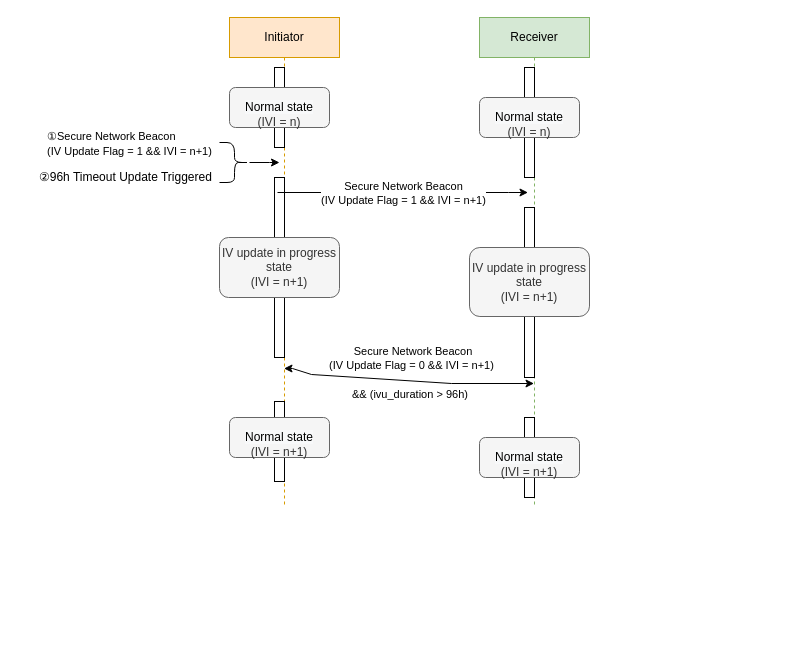
Above: page "第 3 页" (3 of 3) of Untitled Diagram.drawio in git4Chub/drawio_doc (draw.io), before the change. Source tidied: cells renumbered, new cells numbered last; positions are measured from the earlier drawing's top-left corner, leaving out a move shared by most shapes. Both pictures are drawn from the tidied source at 100%, with x=0, y=0 at pixel (30, 17).
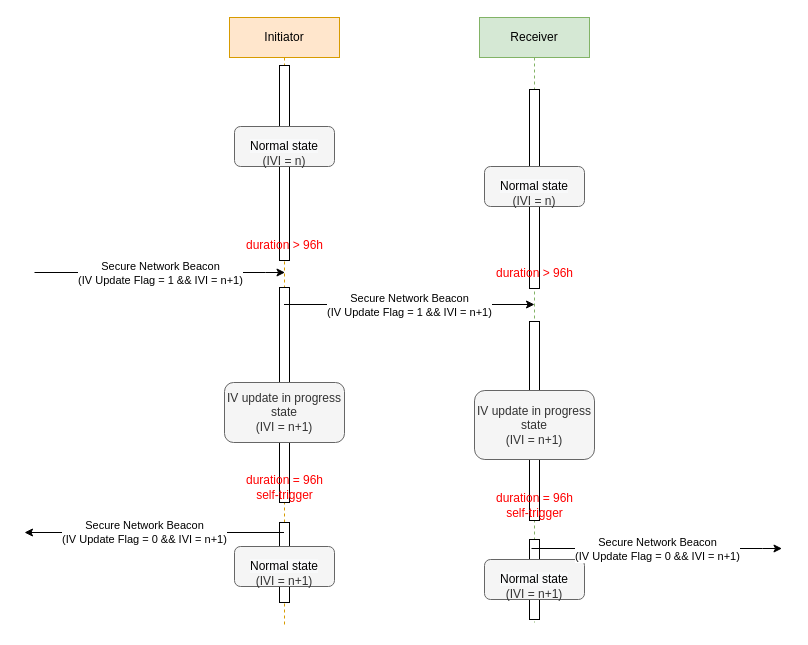
The same diagram, later.

The edit, as a diff of the source:
```diff
@@
     <mxCell id="2" value="Initiator" style="shape=umlLifeline;perimeter=lifelinePerimeter;whiteSpace=wrap;html=1;outlineConnect=0;fillColor=#ffe6cc;strokeColor=#d79b00;" parent="1" vertex="1">
-      <mxGeometry x="199" width="110" height="490" as="geometry" />
+      <mxGeometry x="199" width="110" height="610" as="geometry" />
     </mxCell>
     <mxCell id="3" style="html=1;perimeter=orthogonalPerimeter;" parent="2" vertex="1">
-      <mxGeometry x="45" y="50" width="10" height="80" as="geometry" />
+      <mxGeometry x="50" y="48" width="10" height="195" as="geometry" />
     </mxCell>
     <mxCell id="4" style="html=1;perimeter=orthogonalPerimeter;" parent="2" vertex="1">
-      <mxGeometry x="45" y="160" width="10" height="180" as="geometry" />
+      <mxGeometry x="50" y="270" width="10" height="215" as="geometry" />
     </mxCell>
     <mxCell id="5" style="html=1;perimeter=orthogonalPerimeter;" parent="2" vertex="1">
-      <mxGeometry x="45" y="384" width="10" height="80" as="geometry" />
+      <mxGeometry x="50" y="505" width="10" height="80" as="geometry" />
     </mxCell>
     <mxCell id="6" value="&lt;br&gt;&lt;span style=&quot;color: rgb(0, 0, 0); font-family: Helvetica; font-size: 12px; font-style: normal; font-variant-ligatures: normal; font-variant-caps: normal; font-weight: 400; letter-spacing: normal; orphans: 2; text-align: center; text-indent: 0px; text-transform: none; widows: 2; word-spacing: 0px; -webkit-text-stroke-width: 0px; background-color: rgb(248, 249, 250); text-decoration-thickness: initial; text-decoration-style: initial; text-decoration-color: initial; float: none; display: inline !important;&quot;&gt;Normal state&lt;br&gt;&lt;/span&gt;(IVI = n)&lt;br&gt;" style="rounded=1;whiteSpace=wrap;html=1;fillColor=#f5f5f5;fontColor=#333333;strokeColor=#666666;" parent="2" vertex="1">
-      <mxGeometry y="70" width="100" height="40" as="geometry" />
+      <mxGeometry x="5" y="109" width="100" height="40" as="geometry" />
     </mxCell>
     <mxCell id="7" value="&lt;span style=&quot;&quot;&gt;IV update in progress state&lt;br&gt;(&lt;/span&gt;IVI = n+1)&lt;span style=&quot;&quot;&gt;&lt;br&gt;&lt;/span&gt;" style="rounded=1;whiteSpace=wrap;html=1;fillColor=#f5f5f5;fontColor=#333333;strokeColor=#666666;" parent="2" vertex="1">
-      <mxGeometry x="-10" y="220" width="120" height="60" as="geometry" />
+      <mxGeometry x="-5" y="365" width="120" height="60" as="geometry" />
     </mxCell>
     <mxCell id="8" value="&lt;br&gt;&lt;span style=&quot;color: rgb(0, 0, 0); font-family: Helvetica; font-size: 12px; font-style: normal; font-variant-ligatures: normal; font-variant-caps: normal; font-weight: 400; letter-spacing: normal; orphans: 2; text-align: center; text-indent: 0px; text-transform: none; widows: 2; word-spacing: 0px; -webkit-text-stroke-width: 0px; background-color: rgb(248, 249, 250); text-decoration-thickness: initial; text-decoration-style: initial; text-decoration-color: initial; float: none; display: inline !important;&quot;&gt;Normal state&lt;/span&gt;&lt;br&gt;(IVI = n+1)" style="rounded=1;whiteSpace=wrap;html=1;fillColor=#f5f5f5;fontColor=#333333;strokeColor=#666666;" parent="2" vertex="1">
-      <mxGeometry y="400" width="100" height="40" as="geometry" />
+      <mxGeometry x="5" y="529" width="100" height="40" as="geometry" />
     </mxCell>
+    <mxCell id="24" style="endArrow=classic;html=1;rounded=0;" parent="2" edge="1">
+      <mxGeometry relative="1" as="geometry">
+        <mxPoint x="-195" y="255" as="sourcePoint" />
+        <mxPoint x="55.5" y="255" as="targetPoint" />
+        <Array as="points">
+          <mxPoint x="-44.5" y="255" />
+          <mxPoint x="36" y="255" />
+        </Array>
+      </mxGeometry>
+    </mxCell>
+    <mxCell id="25" value="Secure Network Beacon&lt;br&gt;(IV Update Flag = 1 &amp;amp;&amp;amp; IVI = n+1)" style="edgeLabel;html=1;align=center;verticalAlign=middle;" parent="24" vertex="1">
+      <mxGeometry relative="1" as="geometry" />
+    </mxCell>
+    <mxCell id="26" value="&lt;font color=&quot;#ff0000&quot;&gt;duration &amp;gt; 96h&lt;/font&gt;" style="text;html=1;strokeColor=none;fillColor=none;align=center;verticalAlign=middle;whiteSpace=wrap;rounded=0;" parent="2" vertex="1">
+      <mxGeometry x="13.5" y="213" width="83" height="30" as="geometry" />
+    </mxCell>
+    <mxCell id="27" value="&lt;font color=&quot;#ff0000&quot;&gt;duration = 96h&lt;br&gt;self-trigger&lt;br&gt;&lt;/font&gt;" style="text;html=1;strokeColor=none;fillColor=none;align=center;verticalAlign=middle;whiteSpace=wrap;rounded=0;" parent="2" vertex="1">
+      <mxGeometry x="13.5" y="455" width="83" height="30" as="geometry" />
+    </mxCell>
     <mxCell id="9" value="Receiver" style="shape=umlLifeline;perimeter=lifelinePerimeter;whiteSpace=wrap;html=1;outlineConnect=0;fillColor=#d5e8d4;strokeColor=#82b366;" parent="1" vertex="1">
-      <mxGeometry x="449" width="110" height="490" as="geometry" />
+      <mxGeometry x="449" width="110" height="605" as="geometry" />
     </mxCell>
     <mxCell id="10" style="html=1;perimeter=orthogonalPerimeter;" parent="9" vertex="1">
-      <mxGeometry x="45" y="50" width="10" height="110" as="geometry" />
+      <mxGeometry x="50" y="72" width="10" height="199" as="geometry" />
     </mxCell>
     <mxCell id="11" style="html=1;perimeter=orthogonalPerimeter;" parent="9" vertex="1">
-      <mxGeometry x="45" y="190" width="10" height="170" as="geometry" />
+      <mxGeometry x="50" y="304" width="10" height="199" as="geometry" />
     </mxCell>
     <mxCell id="12" style="html=1;perimeter=orthogonalPerimeter;" parent="9" vertex="1">
-      <mxGeometry x="45" y="400" width="10" height="80" as="geometry" />
+      <mxGeometry x="50" y="522" width="10" height="80" as="geometry" />
     </mxCell>
     <mxCell id="13" value="&lt;br&gt;&lt;span style=&quot;color: rgb(0, 0, 0); font-family: Helvetica; font-size: 12px; font-style: normal; font-variant-ligatures: normal; font-variant-caps: normal; font-weight: 400; letter-spacing: normal; orphans: 2; text-align: center; text-indent: 0px; text-transform: none; widows: 2; word-spacing: 0px; -webkit-text-stroke-width: 0px; background-color: rgb(248, 249, 250); text-decoration-thickness: initial; text-decoration-style: initial; text-decoration-color: initial; float: none; display: inline !important;&quot;&gt;Normal state&lt;br&gt;&lt;/span&gt;(IVI = n)&lt;br&gt;" style="rounded=1;whiteSpace=wrap;html=1;fillColor=#f5f5f5;fontColor=#333333;strokeColor=#666666;" parent="9" vertex="1">
-      <mxGeometry y="80" width="100" height="40" as="geometry" />
+      <mxGeometry x="5" y="149" width="100" height="40" as="geometry" />
     </mxCell>
     <mxCell id="14" value="&lt;span style=&quot;&quot;&gt;IV update in progress state&lt;br&gt;(IVI = n+1)&lt;br&gt;&lt;/span&gt;" style="rounded=1;whiteSpace=wrap;html=1;fillColor=#f5f5f5;fontColor=#333333;strokeColor=#666666;" parent="9" vertex="1">
-      <mxGeometry x="-10" y="230" width="120" height="69" as="geometry" />
+      <mxGeometry x="-5" y="373" width="120" height="69" as="geometry" />
     </mxCell>
     <mxCell id="15" value="&lt;br&gt;&lt;span style=&quot;color: rgb(0, 0, 0); font-family: Helvetica; font-size: 12px; font-style: normal; font-variant-ligatures: normal; font-variant-caps: normal; font-weight: 400; letter-spacing: normal; orphans: 2; text-align: center; text-indent: 0px; text-transform: none; widows: 2; word-spacing: 0px; -webkit-text-stroke-width: 0px; background-color: rgb(248, 249, 250); text-decoration-thickness: initial; text-decoration-style: initial; text-decoration-color: initial; float: none; display: inline !important;&quot;&gt;Normal state&lt;/span&gt;&lt;br&gt;(IVI = n+1)" style="rounded=1;whiteSpace=wrap;html=1;fillColor=#f5f5f5;fontColor=#333333;strokeColor=#666666;" parent="9" vertex="1">
-      <mxGeometry y="420" width="100" height="40" as="geometry" />
+      <mxGeometry x="5" y="542" width="100" height="40" as="geometry" />
     </mxCell>
-    <mxCell id="16" style="edgeStyle=orthogonalEdgeStyle;rounded=0;jettySize=auto;html=1;" parent="1" edge="1" source="17">
-      <mxGeometry relative="1" as="geometry">
-        <mxPoint x="249" y="145" as="targetPoint" />
-      </mxGeometry>
-    </mxCell>
-    <mxCell id="17" style="shape=curlyBracket;whiteSpace=wrap;html=1;rounded=1;flipH=1;" parent="1" vertex="1">
-      <mxGeometry x="189" y="125" width="30" height="40" as="geometry" />
-    </mxCell>
-    <mxCell id="18" value="&lt;div style=&quot;text-align: left;&quot;&gt;&lt;span style=&quot;background-color: rgb(255, 255, 255); font-size: 11px;&quot;&gt;①Secure Network Beacon&lt;/span&gt;&lt;/div&gt;&lt;span style=&quot;font-size: 11px; background-color: rgb(255, 255, 255);&quot;&gt;(IV Update Flag = 1 &amp;amp;&amp;amp; IVI = n+1)&lt;/span&gt;" style="text;html=1;align=center;verticalAlign=middle;strokeColor=none;fillColor=none;" parent="1" vertex="1">
-      <mxGeometry y="105" width="198" height="41" as="geometry" />
-    </mxCell>
-    <mxCell id="19" value="②96h Timeout Update Triggered" style="text;html=1;align=left;verticalAlign=middle;strokeColor=none;fillColor=none;" parent="1" vertex="1">
-      <mxGeometry x="7" y="147" width="192" height="26" as="geometry" />
-    </mxCell>
+    <mxCell id="28" style="endArrow=classic;html=1;rounded=0;" parent="9" edge="1">
+      <mxGeometry relative="1" as="geometry">
+        <mxPoint x="52" y="531" as="sourcePoint" />
+        <mxPoint x="302.5" y="531" as="targetPoint" />
+        <Array as="points">
+          <mxPoint x="202.5" y="531" />
+          <mxPoint x="283" y="531" />
+        </Array>
+      </mxGeometry>
+    </mxCell>
+    <mxCell id="29" value="Secure Network Beacon&lt;br&gt;(IV Update Flag = 0 &amp;amp;&amp;amp; IVI = n+1)" style="edgeLabel;html=1;align=center;verticalAlign=middle;" parent="28" vertex="1">
+      <mxGeometry relative="1" as="geometry" />
+    </mxCell>
+    <mxCell id="30" value="&lt;font color=&quot;#ff0000&quot;&gt;duration &amp;gt; 96h&lt;/font&gt;" style="text;html=1;strokeColor=none;fillColor=none;align=center;verticalAlign=middle;whiteSpace=wrap;rounded=0;" parent="9" vertex="1">
+      <mxGeometry x="13.5" y="241" width="83" height="30" as="geometry" />
+    </mxCell>
+    <mxCell id="31" value="&lt;font color=&quot;#ff0000&quot;&gt;duration = 96h&lt;br&gt;&lt;/font&gt;&lt;span style=&quot;color: rgb(255, 0, 0);&quot;&gt;self-trigger&lt;/span&gt;&lt;font color=&quot;#ff0000&quot;&gt;&lt;br&gt;&lt;/font&gt;" style="text;html=1;strokeColor=none;fillColor=none;align=center;verticalAlign=middle;whiteSpace=wrap;rounded=0;" parent="9" vertex="1">
+      <mxGeometry x="13.5" y="473" width="83" height="30" as="geometry" />
+    </mxCell>
     <mxCell id="20" style="endArrow=classic;html=1;rounded=0;" parent="1" edge="1">
       <mxGeometry relative="1" as="geometry">
-        <mxPoint x="247" y="175" as="sourcePoint" />
-        <mxPoint x="497.5" y="175" as="targetPoint" />
+        <mxPoint x="253.5" y="287" as="sourcePoint" />
+        <mxPoint x="504" y="287" as="targetPoint" />
         <Array as="points">
-          <mxPoint x="397.5" y="175" />
-          <mxPoint x="478" y="175" />
+          <mxPoint x="404" y="287" />
+          <mxPoint x="484.5" y="287" />
         </Array>
       </mxGeometry>
     </mxCell>
@@
-    <mxCell id="22" style="endArrow=classic;startArrow=classic;html=1;rounded=0;" parent="1" edge="1" source="2" target="9">
-      <mxGeometry relative="1" as="geometry">
-        <Array as="points">
-          <mxPoint x="262" y="351" />
-          <mxPoint x="281" y="357" />
-          <mxPoint x="421" y="366" />
-        </Array>
-      </mxGeometry>
-    </mxCell>
-    <mxCell id="23" value="&lt;span style=&quot;font-size: 11px; background-color: rgb(255, 255, 255);&quot;&gt;&amp;nbsp;Secure Network Beacon&lt;/span&gt;&lt;br style=&quot;font-size: 11px; background-color: rgb(255, 255, 255);&quot;&gt;&lt;span style=&quot;font-size: 11px; background-color: rgb(255, 255, 255);&quot;&gt;(IV Update Flag = 0 &amp;amp;&amp;amp; IVI = n+1)&lt;/span&gt;&lt;br style=&quot;font-size: 11px; background-color: rgb(255, 255, 255);&quot;&gt;&lt;span style=&quot;font-size: 11px; background-color: rgb(255, 255, 255);&quot;&gt;&lt;br&gt;&amp;amp;&amp;amp; (ivu_duration &amp;gt; 96h)&amp;nbsp;&lt;/span&gt;" style="text;html=1;align=center;verticalAlign=middle;strokeColor=none;fillColor=none;" parent="1" vertex="1">
-      <mxGeometry x="282" y="320" width="198" height="70" as="geometry" />
-    </mxCell>
+    <mxCell id="32" style="endArrow=classic;html=1;rounded=0;" parent="1" edge="1" source="2">
+      <mxGeometry relative="1" as="geometry">
+        <mxPoint x="-6" y="515" as="targetPoint" />
+      </mxGeometry>
+    </mxCell>
+    <mxCell id="33" value="Secure Network Beacon&lt;br&gt;(IV Update Flag = 0 &amp;amp;&amp;amp; IVI = n+1)" style="edgeLabel;html=1;align=center;verticalAlign=middle;" parent="32" vertex="1">
+      <mxGeometry x="-0.41" relative="1" as="geometry">
+        <mxPoint x="-63" y="-1" as="offset" />
+      </mxGeometry>
+    </mxCell>
```
